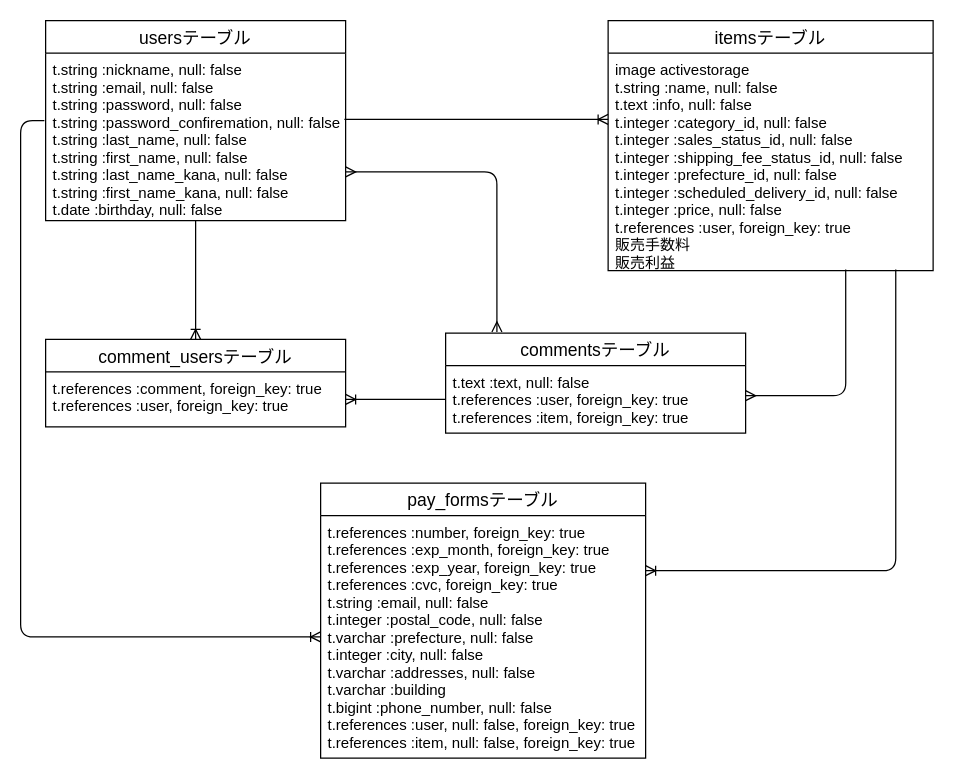
This is er.dio from ASHINA4/furima-35894, a draw.io file, before an edit. Source tidied: cells renumbered, new cells numbered last; positions are measured from the earlier drawing's top-left corner, leaving out a move shared by most shapes. Both pictures are drawn from the tidied source at 125%, with x=0, y=0 at pixel (20, 20).
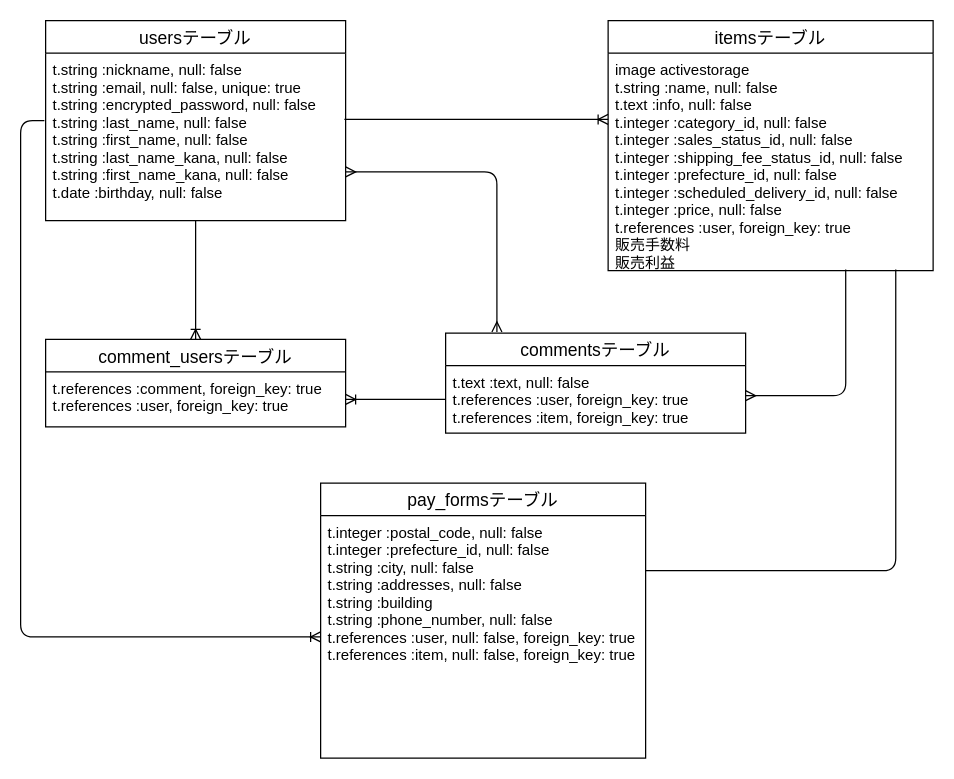
Above is the later version.

Commit message (it also covers changes not shown here):
修正：コードレビュー

Unchanged cells that the change refers to:
```xml
<mxCell id="2" value="usersテーブル" style="swimlane;fontStyle=0;horizontal=1;startSize=26;align=center;fontSize=14;" parent="1" vertex="1">
  <mxGeometry x="20" width="240" height="160" as="geometry" />
</mxCell>
<mxCell id="5" value="image activestorage&#10;t.string :name,           null: false&#10;t.text :info, null: false&#10;t.integer :category_id, null: false&#10;t.integer :sales_status_id, null: false&#10;t.integer :shipping_fee_status_id, null: false&#10;t.integer :prefecture_id, null: false&#10;t.integer :scheduled_delivery_id, null: false&#10;      t.integer :price, null: false&#10;t.references :user, foreign_key: true&#10;販売手数料&#10;販売利益&#10;&#10;&#10;&#10;" style="text;strokeColor=none;fillColor=none;spacingLeft=4;spacingRight=4;overflow=hidden;points=[[0,0.5],[1,0.5]];portConstraint=eastwest;fontSize=12;" parent="4" vertex="1">
  <mxGeometry y="26" width="260" height="174" as="geometry" />
</mxCell>
<mxCell id="6" value="pay_formsテーブル" style="swimlane;fontStyle=0;horizontal=1;startSize=26;align=center;fontSize=14;" parent="1" vertex="1">
  <mxGeometry x="240" y="370" width="260" height="220" as="geometry" />
</mxCell>
```

Diff of the diagram source:
```diff
@@
-    <mxCell id="3" value="t.string :nickname,           null: false&#10;      t.string :email,              null: false&#10;      t.string :password, null: false&#10;t.string :password_confiremation, null: false&#10;t.string :last_name,          null: false&#10;      t.string :first_name,         null: false&#10;      t.string :last_name_kana,     null: false&#10;      t.string :first_name_kana,    null: false&#10;      t.date :birthday,             null: false&#10;&#10;&#10;&#10;" style="text;strokeColor=none;fillColor=none;spacingLeft=4;spacingRight=4;overflow=hidden;points=[[0,0.5],[1,0.5]];portConstraint=eastwest;fontSize=12;" parent="2" vertex="1">
+    <mxCell id="3" value="t.string :nickname,           null: false&#10;      t.string :email,              null: false, unique: true&#10;      t.string :encrypted_password, null: false&#10;t.string :last_name,          null: false&#10;      t.string :first_name,         null: false&#10;      t.string :last_name_kana,     null: false&#10;      t.string :first_name_kana,    null: false&#10;      t.date :birthday,             null: false&#10;&#10;&#10;&#10;" style="text;strokeColor=none;fillColor=none;spacingLeft=4;spacingRight=4;overflow=hidden;points=[[0,0.5],[1,0.5]];portConstraint=eastwest;fontSize=12;" parent="2" vertex="1">
       <mxGeometry y="26" width="240" height="134" as="geometry" />
     </mxCell>
@@
-    <mxCell id="7" value="t.references :number, foreign_key: true&#10;t.references :exp_month, foreign_key: true&#10;t.references :exp_year, foreign_key: true&#10;t.references :cvc, foreign_key: true&#10;t.string :email,              null: false&#10;      t.integer :postal_code, null: false&#10;t.varchar :prefecture, null: false&#10;t.integer :city,          null: false&#10;t.varchar :addresses,         null: false&#10;      t.varchar :building&#10;      t.bigint :phone_number, null: false&#10;t.references :user, null: false, foreign_key: true&#10;t.references :item, null: false, foreign_key: true" style="text;strokeColor=none;fillColor=none;spacingLeft=4;spacingRight=4;overflow=hidden;points=[[0,0.5],[1,0.5]];portConstraint=eastwest;fontSize=12;" parent="6" vertex="1">
+    <mxCell id="7" value="t.integer :postal_code, null: false&#10;t.integer :prefecture_id, null: false&#10;t.string :city,          null: false&#10;t.string :addresses,         null: false&#10;      t.string :building&#10;      t.string :phone_number, null: false&#10;t.references :user, null: false, foreign_key: true&#10;t.references :item, null: false, foreign_key: true" style="text;strokeColor=none;fillColor=none;spacingLeft=4;spacingRight=4;overflow=hidden;points=[[0,0.5],[1,0.5]];portConstraint=eastwest;fontSize=12;" parent="6" vertex="1">
       <mxGeometry y="26" width="260" height="194" as="geometry" />
     </mxCell>
@@
-    <mxCell id="11" style="edgeStyle=orthogonalEdgeStyle;fontSize=12;html=1;endArrow=ERoneToMany;exitX=0.885;exitY=0.995;exitDx=0;exitDy=0;exitPerimeter=0;" parent="1" edge="1" source="5">
+    <mxCell id="11" style="edgeStyle=orthogonalEdgeStyle;fontSize=12;html=1;endArrow=none;exitX=0.885;exitY=0.995;exitDx=0;exitDy=0;exitPerimeter=0;endFill=0;" parent="1" edge="1" source="5">
       <mxGeometry relative="1" as="geometry">
         <mxPoint x="500" y="440" as="targetPoint" />
         <Array as="points">
           <mxPoint x="700" y="440" />
         </Array>
       </mxGeometry>
     </mxCell>
```
